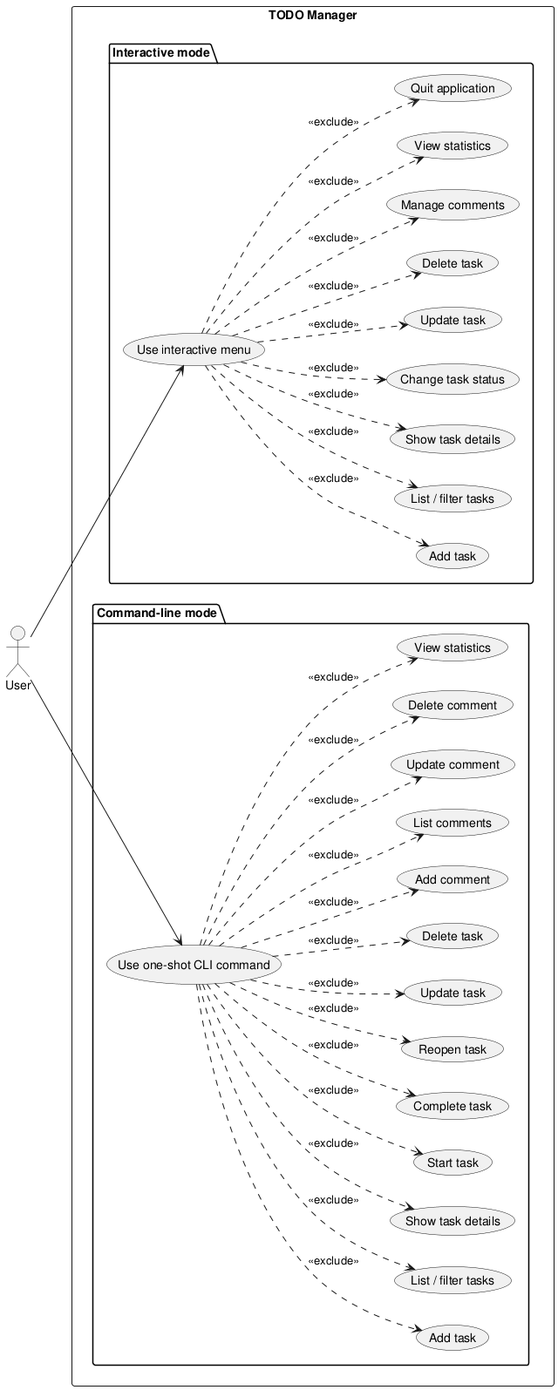
Before: experiments/broadcast/structured_text/TODO/artifacts/use_case_diagram.png, a diagram exported from PlantUML (DanielRiha8906/Software_autoevolution_using_agents).
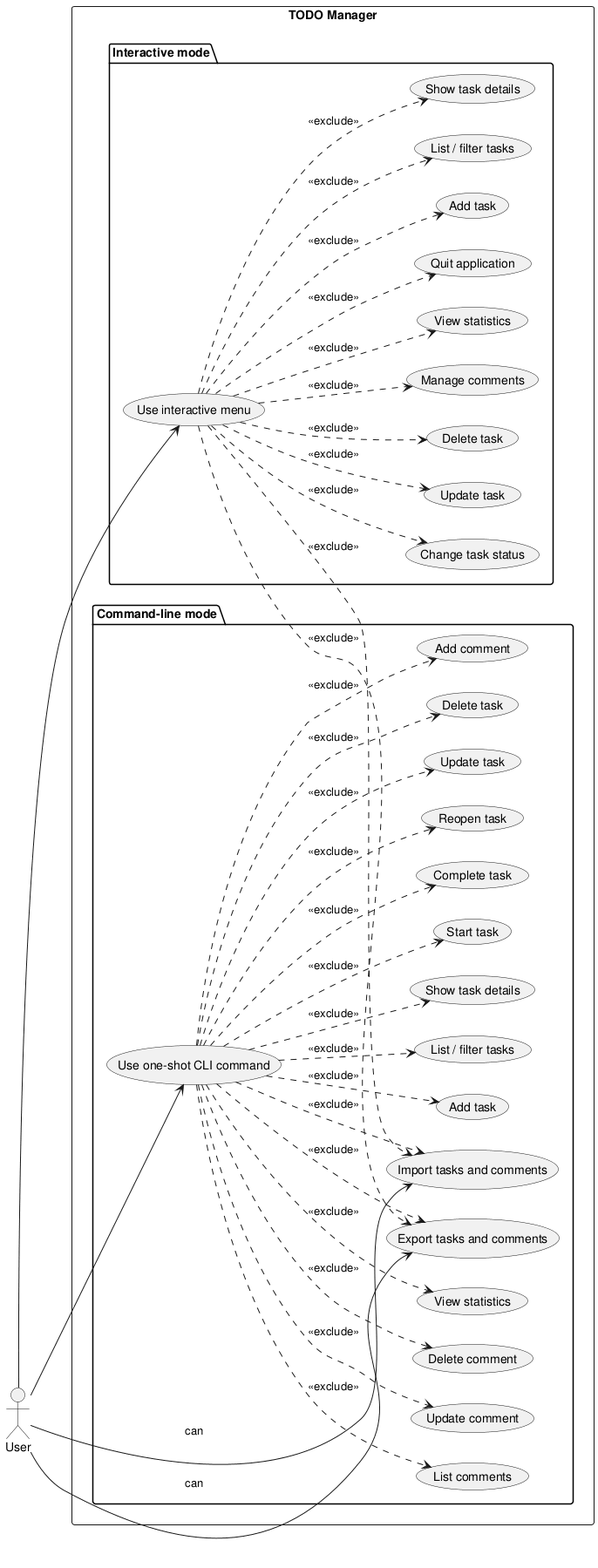
After the change.

The edit, as a diff of the source:
```diff
@@ -34,6 +34,8 @@
     usecase "Update comment" as C_UPDATE_COMMENT
     usecase "Delete comment" as C_DELETE_COMMENT
     usecase "View statistics" as C_STATS
+    usecase "Export tasks and comments" as C_EXPORT
+    usecase "Import tasks and comments" as C_IMPORT
   }
 }
 
@@ -63,5 +65,13 @@
 CLI ..> C_UPDATE_COMMENT : <<exclude>>
 CLI ..> C_DELETE_COMMENT : <<exclude>>
 CLI ..> C_STATS : <<exclude>>
+CLI ..> C_EXPORT : <<exclude>>
+CLI ..> C_IMPORT : <<exclude>>
+
+UI ..> C_EXPORT : <<exclude>>
+UI ..> C_IMPORT : <<exclude>>
+
+User --> C_EXPORT : can
+User --> C_IMPORT : can
 
 @enduml
```
